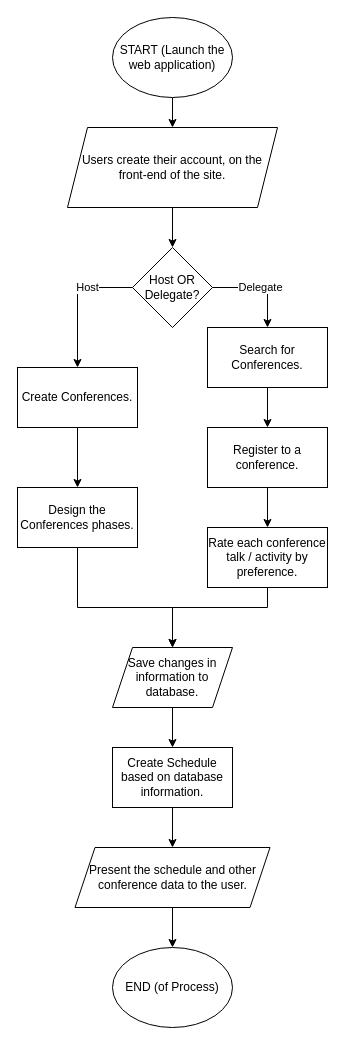
The draw.io diagram ExampleConfGraphs/WebAppProcess.drawio in JezRoy/ConferenceWebApp, before the edit. Source tidied: cells renumbered, new cells numbered last; positions are measured from the earlier drawing's top-left corner, leaving out a move shared by most shapes. Both pictures are drawn from the tidied source at 100%, with x=0, y=0 at pixel (17, 17).
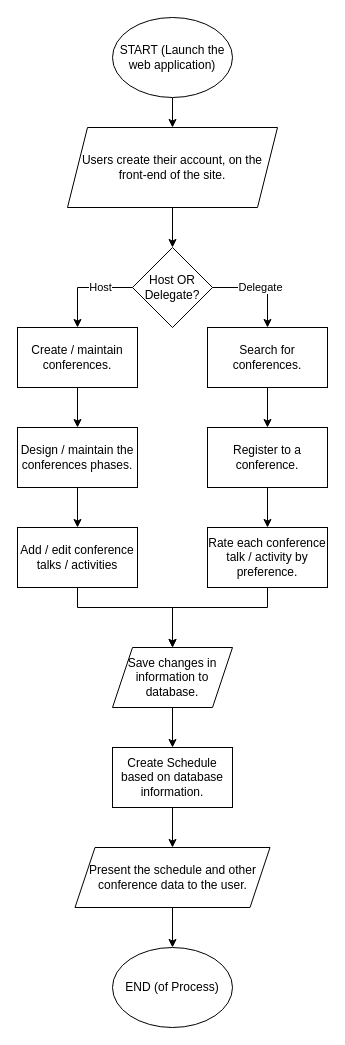
After the change.

Unchanged cells that the change refers to:
```xml
<mxCell id="20" value="Save changes in information to database." style="shape=parallelogram;perimeter=parallelogramPerimeter;whiteSpace=wrap;html=1;fixedSize=1;" parent="1" vertex="1">
  <mxGeometry x="95" y="630" width="120" height="60" as="geometry" />
</mxCell>
```

What changed in the source:
```diff
@@
-    <mxCell id="10" value="Create Conferences." style="rounded=0;whiteSpace=wrap;html=1;" parent="1" vertex="1">
-      <mxGeometry y="350" width="120" height="60" as="geometry" />
+    <mxCell id="10" value="Create / maintain conferences." style="rounded=0;whiteSpace=wrap;html=1;" parent="1" vertex="1">
+      <mxGeometry y="310" width="120" height="60" as="geometry" />
     </mxCell>
@@
-    <mxCell id="12" value="Search for Conferences." style="rounded=0;whiteSpace=wrap;html=1;" parent="1" vertex="1">
+    <mxCell id="12" value="Search for conferences." style="rounded=0;whiteSpace=wrap;html=1;" parent="1" vertex="1">
       <mxGeometry x="190" y="310" width="120" height="60" as="geometry" />
     </mxCell>
@@
-    <mxCell id="15" style="edgeStyle=orthogonalEdgeStyle;rounded=0;jettySize=auto;html=1;" parent="1" edge="1" source="16" target="20">
-      <mxGeometry relative="1" as="geometry">
-        <Array as="points">
-          <mxPoint x="60" y="590" />
-          <mxPoint x="155" y="590" />
-        </Array>
-      </mxGeometry>
-    </mxCell>
+    <mxCell id="26" style="edgeStyle=orthogonalEdgeStyle;rounded=0;jettySize=auto;html=1;" parent="1" edge="1" source="16" target="28">
+      <mxGeometry relative="1" as="geometry" />
+    </mxCell>
-    <mxCell id="16" value="Design the Conferences phases." style="rounded=0;whiteSpace=wrap;html=1;" parent="1" vertex="1">
-      <mxGeometry y="470" width="120" height="60" as="geometry" />
+    <mxCell id="16" value="Design / maintain the conferences phases." style="rounded=0;whiteSpace=wrap;html=1;" parent="1" vertex="1">
+      <mxGeometry y="410" width="120" height="60" as="geometry" />
     </mxCell>
@@
+    <mxCell id="27" style="edgeStyle=orthogonalEdgeStyle;rounded=0;jettySize=auto;html=1;entryX=0.5;entryY=0;entryDx=0;entryDy=0;" parent="1" edge="1" source="28" target="20">
+      <mxGeometry relative="1" as="geometry">
+        <Array as="points">
+          <mxPoint x="60" y="590" />
+          <mxPoint x="155" y="590" />
+        </Array>
+      </mxGeometry>
+    </mxCell>
+    <mxCell id="28" value="Add / edit conference talks / activities" style="rounded=0;whiteSpace=wrap;html=1;" parent="1" vertex="1">
+      <mxGeometry y="510" width="120" height="60" as="geometry" />
+    </mxCell>
```
